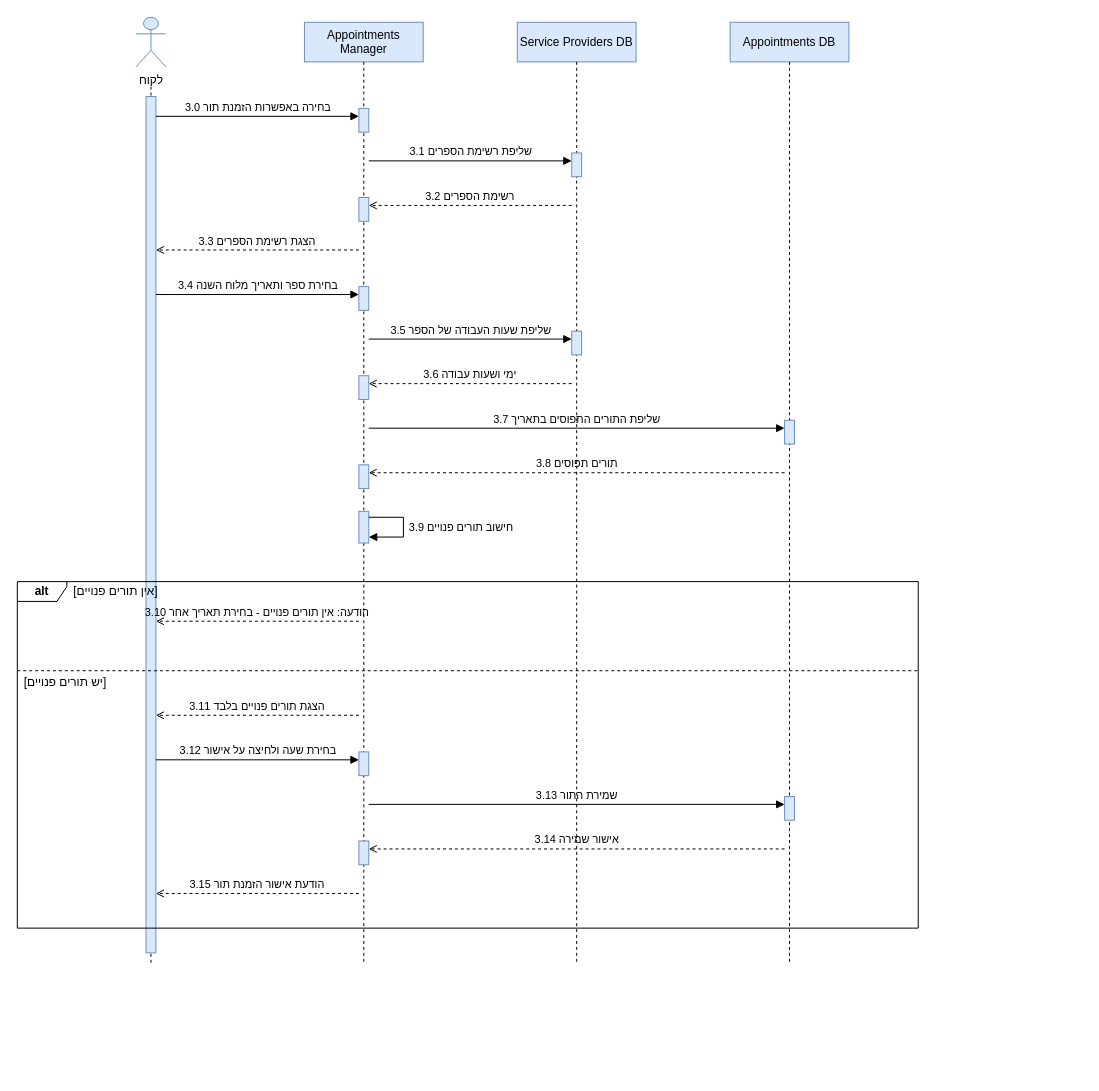
arielkaplan20/project_Golden_Hair_Salon keeps this draw.io diagram as diagrams/SEQ-SUC-3.drawio. Above is the earlier version. Source tidied: cells renumbered, new cells numbered last; positions are measured from the earlier drawing's top-left corner, leaving out a move shared by most shapes. Both pictures are drawn from the tidied source at 99%, with x=0, y=0 at pixel (17, 17).
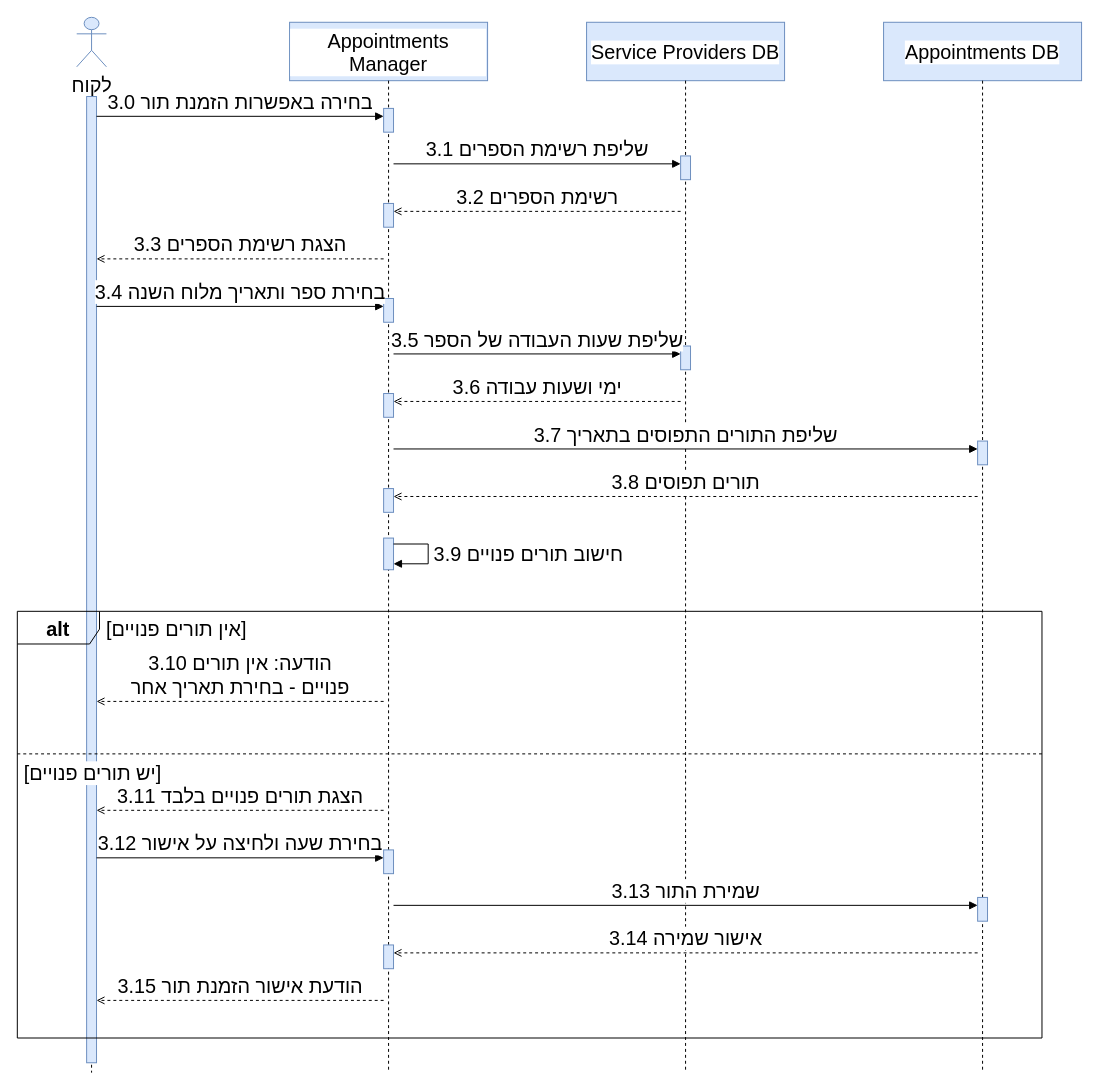
The same diagram, later.

What changed in the source:
```diff
@@
-    <mxCell id="2" value="לקוח" style="shape=umlActor;verticalLabelPosition=bottom;verticalAlign=top;html=1;fillColor=#dae8fc;strokeColor=#6c8ebf;" parent="1" vertex="1">
-      <mxGeometry x="120" width="30" height="50" as="geometry" />
+    <mxCell id="2" value="לקוח" style="shape=umlActor;verticalLabelPosition=bottom;verticalAlign=top;html=1;fillColor=#dae8fc;strokeColor=#6c8ebf;fontSize=20;labelBackgroundColor=#ffffff;" parent="1" vertex="1">
+      <mxGeometry x="60" width="30" height="50" as="geometry" />
     </mxCell>
-    <mxCell id="3" value="Appointments Manager" style="rounded=0;whiteSpace=wrap;html=1;fillColor=#dae8fc;strokeColor=#6c8ebf;" parent="1" vertex="1">
-      <mxGeometry x="290" y="5" width="120" height="40" as="geometry" />
+    <mxCell id="3" value="Appointments Manager" style="rounded=0;whiteSpace=wrap;html=1;fillColor=#dae8fc;strokeColor=#6c8ebf;fontSize=20;labelBackgroundColor=#ffffff;" parent="1" vertex="1">
+      <mxGeometry x="275" y="5" width="200" height="59" as="geometry" />
     </mxCell>
-    <mxCell id="4" value="Service Providers DB" style="rounded=0;whiteSpace=wrap;html=1;fillColor=#dae8fc;strokeColor=#6c8ebf;" parent="1" vertex="1">
-      <mxGeometry x="505" y="5" width="120" height="40" as="geometry" />
+    <mxCell id="4" value="Service Providers DB" style="rounded=0;whiteSpace=wrap;html=1;fillColor=#dae8fc;strokeColor=#6c8ebf;fontSize=20;labelBackgroundColor=#ffffff;" parent="1" vertex="1">
+      <mxGeometry x="575" y="5" width="200" height="59" as="geometry" />
     </mxCell>
-    <mxCell id="5" value="Appointments DB" style="rounded=0;whiteSpace=wrap;html=1;fillColor=#dae8fc;strokeColor=#6c8ebf;" parent="1" vertex="1">
-      <mxGeometry x="720" y="5" width="120" height="40" as="geometry" />
+    <mxCell id="5" value="Appointments DB" style="rounded=0;whiteSpace=wrap;html=1;fillColor=#dae8fc;strokeColor=#6c8ebf;fontSize=20;labelBackgroundColor=#ffffff;" parent="1" vertex="1">
+      <mxGeometry x="875" y="5" width="200" height="59" as="geometry" />
     </mxCell>
     <mxCell id="6" style="endArrow=none;html=1;dashed=1;strokeColor=#000000;" parent="1" edge="1">
       <mxGeometry relative="1" as="geometry">
-        <mxPoint x="135" y="70" as="sourcePoint" />
-        <mxPoint x="135" y="955" as="targetPoint" />
+        <mxPoint x="75" y="80" as="sourcePoint" />
+        <mxPoint x="75" y="1066" as="targetPoint" />
       </mxGeometry>
     </mxCell>
     <mxCell id="7" style="rounded=0;html=1;fillColor=#dae8fc;strokeColor=#6c8ebf;" parent="1" vertex="1">
-      <mxGeometry x="130" y="80" width="10" height="865" as="geometry" />
+      <mxGeometry x="70" y="80" width="10" height="976" as="geometry" />
     </mxCell>
     <mxCell id="8" style="endArrow=none;html=1;dashed=1;strokeColor=#000000;" parent="1" edge="1">
       <mxGeometry relative="1" as="geometry">
-        <mxPoint x="350" y="45" as="sourcePoint" />
-        <mxPoint x="350" y="955" as="targetPoint" />
+        <mxPoint x="375" y="64" as="sourcePoint" />
+        <mxPoint x="375" y="1066" as="targetPoint" />
       </mxGeometry>
     </mxCell>
     <mxCell id="9" style="endArrow=none;html=1;dashed=1;strokeColor=#000000;" parent="1" edge="1">
       <mxGeometry relative="1" as="geometry">
-        <mxPoint x="565" y="45" as="sourcePoint" />
-        <mxPoint x="565" y="955" as="targetPoint" />
+        <mxPoint x="675" y="64" as="sourcePoint" />
+        <mxPoint x="675" y="1066" as="targetPoint" />
       </mxGeometry>
     </mxCell>
     <mxCell id="10" style="endArrow=none;html=1;dashed=1;strokeColor=#000000;" parent="1" edge="1">
       <mxGeometry relative="1" as="geometry">
-        <mxPoint x="780" y="45" as="sourcePoint" />
-        <mxPoint x="780" y="955" as="targetPoint" />
+        <mxPoint x="975" y="64" as="sourcePoint" />
+        <mxPoint x="975" y="1066" as="targetPoint" />
       </mxGeometry>
     </mxCell>
     <mxCell id="11" style="rounded=0;html=1;fillColor=#dae8fc;strokeColor=#6c8ebf;" parent="1" vertex="1">
-      <mxGeometry x="345" y="92" width="10" height="24" as="geometry" />
+      <mxGeometry x="370" y="92" width="10" height="24" as="geometry" />
     </mxCell>
     <mxCell id="12" style="rounded=0;html=1;fillColor=#dae8fc;strokeColor=#6c8ebf;" parent="1" vertex="1">
-      <mxGeometry x="560" y="137" width="10" height="24" as="geometry" />
+      <mxGeometry x="670" y="140" width="10" height="24" as="geometry" />
     </mxCell>
     <mxCell id="13" style="rounded=0;html=1;fillColor=#dae8fc;strokeColor=#6c8ebf;" parent="1" vertex="1">
-      <mxGeometry x="345" y="182" width="10" height="24" as="geometry" />
+      <mxGeometry x="370" y="188" width="10" height="24" as="geometry" />
     </mxCell>
     <mxCell id="14" style="rounded=0;html=1;fillColor=#dae8fc;strokeColor=#6c8ebf;" parent="1" vertex="1">
-      <mxGeometry x="345" y="272" width="10" height="24" as="geometry" />
+      <mxGeometry x="370" y="284" width="10" height="24" as="geometry" />
     </mxCell>
     <mxCell id="15" style="rounded=0;html=1;fillColor=#dae8fc;strokeColor=#6c8ebf;" parent="1" vertex="1">
-      <mxGeometry x="560" y="317" width="10" height="24" as="geometry" />
+      <mxGeometry x="670" y="332" width="10" height="24" as="geometry" />
     </mxCell>
     <mxCell id="16" style="rounded=0;html=1;fillColor=#dae8fc;strokeColor=#6c8ebf;" parent="1" vertex="1">
-      <mxGeometry x="345" y="362" width="10" height="24" as="geometry" />
+      <mxGeometry x="370" y="380" width="10" height="24" as="geometry" />
     </mxCell>
     <mxCell id="17" style="rounded=0;html=1;fillColor=#dae8fc;strokeColor=#6c8ebf;" parent="1" vertex="1">
-      <mxGeometry x="775" y="407" width="10" height="24" as="geometry" />
+      <mxGeometry x="970" y="428" width="10" height="24" as="geometry" />
     </mxCell>
     <mxCell id="18" style="rounded=0;html=1;fillColor=#dae8fc;strokeColor=#6c8ebf;" parent="1" vertex="1">
-      <mxGeometry x="345" y="452" width="10" height="24" as="geometry" />
+      <mxGeometry x="370" y="476" width="10" height="24" as="geometry" />
     </mxCell>
     <mxCell id="19" style="rounded=0;html=1;fillColor=#dae8fc;strokeColor=#6c8ebf;" parent="1" vertex="1">
-      <mxGeometry x="345" y="499" width="10" height="32" as="geometry" />
+      <mxGeometry x="370" y="526" width="10" height="32" as="geometry" />
     </mxCell>
     <mxCell id="20" style="rounded=0;html=1;fillColor=#dae8fc;strokeColor=#6c8ebf;" parent="1" vertex="1">
-      <mxGeometry x="345" y="742" width="10" height="24" as="geometry" />
+      <mxGeometry x="370" y="841" width="10" height="24" as="geometry" />
     </mxCell>
     <mxCell id="21" style="rounded=0;html=1;fillColor=#dae8fc;strokeColor=#6c8ebf;" parent="1" vertex="1">
-      <mxGeometry x="775" y="787" width="10" height="24" as="geometry" />
+      <mxGeometry x="970" y="889" width="10" height="24" as="geometry" />
     </mxCell>
     <mxCell id="22" style="rounded=0;html=1;fillColor=#dae8fc;strokeColor=#6c8ebf;" parent="1" vertex="1">
-      <mxGeometry x="345" y="832" width="10" height="24" as="geometry" />
+      <mxGeometry x="370" y="937" width="10" height="24" as="geometry" />
     </mxCell>
-    <mxCell id="23" value="&lt;b&gt;alt&lt;/b&gt;" style="shape=umlFrame;whiteSpace=wrap;html=1;width=50;height=20;fillColor=none;" parent="1" vertex="1">
-      <mxGeometry y="570" width="910" height="350" as="geometry" />
+    <mxCell id="23" value="&lt;b&gt;alt&lt;/b&gt;" style="shape=umlFrame;whiteSpace=wrap;html=1;width=83;height=33;fillColor=none;fontSize=20;labelBackgroundColor=#ffffff;" parent="1" vertex="1">
+      <mxGeometry y="600" width="1035" height="431" as="geometry" />
     </mxCell>
-    <mxCell id="24" value="[אין תורים פנויים]" style="text;html=1;align=left;verticalAlign=middle;whiteSpace=nowrap;fillColor=none;strokeColor=none;" parent="1" vertex="1">
-      <mxGeometry x="55" y="570" width="300" height="20" as="geometry" />
+    <mxCell id="24" value="&lt;span style='background:#ffffff'&gt;[אין תורים פנויים]&lt;/span&gt;" style="text;html=1;align=left;verticalAlign=middle;whiteSpace=nowrap;fillColor=none;strokeColor=none;fontSize=20;labelBackgroundColor=#ffffff;" parent="1" vertex="1">
+      <mxGeometry x="88" y="600" width="400" height="33" as="geometry" />
     </mxCell>
     <mxCell id="25" style="endArrow=none;html=1;dashed=1;" parent="1" edge="1">
       <mxGeometry relative="1" as="geometry">
-        <mxPoint y="660" as="sourcePoint" />
-        <mxPoint x="910" y="660" as="targetPoint" />
+        <mxPoint y="744" as="sourcePoint" />
+        <mxPoint x="1035" y="744" as="targetPoint" />
       </mxGeometry>
     </mxCell>
-    <mxCell id="26" value="[יש תורים פנויים]" style="text;html=1;align=left;verticalAlign=middle;whiteSpace=nowrap;fillColor=none;strokeColor=none;" parent="1" vertex="1">
-      <mxGeometry x="5" y="662" width="300" height="20" as="geometry" />
+    <mxCell id="26" value="&lt;span style='background:#ffffff'&gt;[יש תורים פנויים]&lt;/span&gt;" style="text;html=1;align=left;verticalAlign=middle;whiteSpace=nowrap;fillColor=none;strokeColor=none;fontSize=20;labelBackgroundColor=#ffffff;" parent="1" vertex="1">
+      <mxGeometry x="5" y="746" width="400" height="33" as="geometry" />
     </mxCell>
-    <mxCell id="27" value="3.0 בחירה באפשרות הזמנת תור" style="endArrow=block;endFill=1;html=1;rounded=0;verticalAlign=bottom;labelBackgroundColor=none;" parent="1" edge="1">
+    <mxCell id="27" value="3.0 בחירה באפשרות הזמנת תור" style="endArrow=block;endFill=1;html=1;rounded=0;verticalAlign=bottom;labelBackgroundColor=none;fontSize=20;labelBackgroundColor=#ffffff;" parent="1" edge="1">
       <mxGeometry relative="1" as="geometry">
-        <mxPoint x="140" y="100" as="sourcePoint" />
-        <mxPoint x="345" y="100" as="targetPoint" />
+        <mxPoint x="80" y="100" as="sourcePoint" />
+        <mxPoint x="370" y="100" as="targetPoint" />
       </mxGeometry>
     </mxCell>
-    <mxCell id="28" value="3.1 שליפת רשימת הספרים" style="endArrow=block;endFill=1;html=1;rounded=0;verticalAlign=bottom;labelBackgroundColor=none;" parent="1" edge="1">
+    <mxCell id="28" value="3.1 שליפת רשימת הספרים" style="endArrow=block;endFill=1;html=1;rounded=0;verticalAlign=bottom;labelBackgroundColor=none;fontSize=20;labelBackgroundColor=#ffffff;" parent="1" edge="1">
       <mxGeometry relative="1" as="geometry">
-        <mxPoint x="355" y="145" as="sourcePoint" />
-        <mxPoint x="560" y="145" as="targetPoint" />
+        <mxPoint x="380" y="148" as="sourcePoint" />
+        <mxPoint x="670" y="148" as="targetPoint" />
       </mxGeometry>
     </mxCell>
-    <mxCell id="29" value="3.2 רשימת הספרים" style="endArrow=open;endFill=0;html=1;rounded=0;dashed=1;verticalAlign=bottom;labelBackgroundColor=none;" parent="1" edge="1">
+    <mxCell id="29" value="3.2 רשימת הספרים" style="endArrow=open;endFill=0;html=1;rounded=0;dashed=1;verticalAlign=bottom;labelBackgroundColor=none;fontSize=20;labelBackgroundColor=#ffffff;" parent="1" edge="1">
       <mxGeometry relative="1" as="geometry">
-        <mxPoint x="560" y="190" as="sourcePoint" />
-        <mxPoint x="355" y="190" as="targetPoint" />
+        <mxPoint x="670" y="196" as="sourcePoint" />
+        <mxPoint x="380" y="196" as="targetPoint" />
       </mxGeometry>
     </mxCell>
-    <mxCell id="30" value="3.3 הצגת רשימת הספרים" style="endArrow=open;endFill=0;html=1;rounded=0;dashed=1;verticalAlign=bottom;labelBackgroundColor=none;" parent="1" edge="1">
+    <mxCell id="30" value="3.3 הצגת רשימת הספרים" style="endArrow=open;endFill=0;html=1;rounded=0;dashed=1;verticalAlign=bottom;labelBackgroundColor=none;fontSize=20;labelBackgroundColor=#ffffff;" parent="1" edge="1">
       <mxGeometry relative="1" as="geometry">
-        <mxPoint x="345" y="235" as="sourcePoint" />
-        <mxPoint x="140" y="235" as="targetPoint" />
+        <mxPoint x="370" y="244" as="sourcePoint" />
+        <mxPoint x="80" y="244" as="targetPoint" />
       </mxGeometry>
     </mxCell>
-    <mxCell id="31" value="3.4 בחירת ספר ותאריך מלוח השנה" style="endArrow=block;endFill=1;html=1;rounded=0;verticalAlign=bottom;labelBackgroundColor=none;" parent="1" edge="1">
+    <mxCell id="31" value="3.4 בחירת ספר ותאריך מלוח השנה" style="endArrow=block;endFill=1;html=1;rounded=0;verticalAlign=bottom;labelBackgroundColor=none;fontSize=20;labelBackgroundColor=#ffffff;" parent="1" edge="1">
       <mxGeometry relative="1" as="geometry">
-        <mxPoint x="140" y="280" as="sourcePoint" />
-        <mxPoint x="345" y="280" as="targetPoint" />
+        <mxPoint x="80" y="292" as="sourcePoint" />
+        <mxPoint x="370" y="292" as="targetPoint" />
       </mxGeometry>
     </mxCell>
-    <mxCell id="32" value="3.5 שליפת שעות העבודה של הספר" style="endArrow=block;endFill=1;html=1;rounded=0;verticalAlign=bottom;labelBackgroundColor=none;" parent="1" edge="1">
+    <mxCell id="32" value="3.5 שליפת שעות העבודה של הספר" style="endArrow=block;endFill=1;html=1;rounded=0;verticalAlign=bottom;labelBackgroundColor=none;fontSize=20;labelBackgroundColor=#ffffff;" parent="1" edge="1">
       <mxGeometry relative="1" as="geometry">
-        <mxPoint x="355" y="325" as="sourcePoint" />
-        <mxPoint x="560" y="325" as="targetPoint" />
+        <mxPoint x="380" y="340" as="sourcePoint" />
+        <mxPoint x="670" y="340" as="targetPoint" />
       </mxGeometry>
     </mxCell>
-    <mxCell id="33" value="3.6 ימי ושעות עבודה" style="endArrow=open;endFill=0;html=1;rounded=0;dashed=1;verticalAlign=bottom;labelBackgroundColor=none;" parent="1" edge="1">
+    <mxCell id="33" value="3.6 ימי ושעות עבודה" style="endArrow=open;endFill=0;html=1;rounded=0;dashed=1;verticalAlign=bottom;labelBackgroundColor=none;fontSize=20;labelBackgroundColor=#ffffff;" parent="1" edge="1">
       <mxGeometry relative="1" as="geometry">
-        <mxPoint x="560" y="370" as="sourcePoint" />
-        <mxPoint x="355" y="370" as="targetPoint" />
+        <mxPoint x="670" y="388" as="sourcePoint" />
+        <mxPoint x="380" y="388" as="targetPoint" />
       </mxGeometry>
     </mxCell>
-    <mxCell id="34" value="3.7 שליפת התורים התפוסים בתאריך" style="endArrow=block;endFill=1;html=1;rounded=0;verticalAlign=bottom;labelBackgroundColor=none;" parent="1" edge="1">
+    <mxCell id="34" value="3.7 שליפת התורים התפוסים בתאריך" style="endArrow=block;endFill=1;html=1;rounded=0;verticalAlign=bottom;labelBackgroundColor=none;fontSize=20;labelBackgroundColor=#ffffff;" parent="1" edge="1">
       <mxGeometry relative="1" as="geometry">
-        <mxPoint x="355" y="415" as="sourcePoint" />
-        <mxPoint x="775" y="415" as="targetPoint" />
+        <mxPoint x="380" y="436" as="sourcePoint" />
+        <mxPoint x="970" y="436" as="targetPoint" />
       </mxGeometry>
     </mxCell>
-    <mxCell id="35" value="3.8 תורים תפוסים" style="endArrow=open;endFill=0;html=1;rounded=0;dashed=1;verticalAlign=bottom;labelBackgroundColor=none;" parent="1" edge="1">
+    <mxCell id="35" value="3.8 תורים תפוסים" style="endArrow=open;endFill=0;html=1;rounded=0;dashed=1;verticalAlign=bottom;labelBackgroundColor=none;fontSize=20;labelBackgroundColor=#ffffff;" parent="1" edge="1">
       <mxGeometry relative="1" as="geometry">
-        <mxPoint x="775" y="460" as="sourcePoint" />
-        <mxPoint x="355" y="460" as="targetPoint" />
+        <mxPoint x="970" y="484" as="sourcePoint" />
+        <mxPoint x="380" y="484" as="targetPoint" />
       </mxGeometry>
     </mxCell>
-    <mxCell id="36" value="3.9 חישוב תורים פנויים" style="endArrow=block;endFill=1;html=1;rounded=0;align=left;spacingLeft=4;labelBackgroundColor=none;" parent="1" edge="1">
+    <mxCell id="36" value="3.9 חישוב תורים פנויים" style="endArrow=block;endFill=1;html=1;rounded=0;align=left;spacingLeft=4;labelBackgroundColor=none;fontSize=20;labelBackgroundColor=#ffffff;" parent="1" edge="1">
       <mxGeometry relative="1" as="geometry">
-        <mxPoint x="355" y="505" as="sourcePoint" />
-        <mxPoint x="355" y="525" as="targetPoint" />
+        <mxPoint x="380" y="532" as="sourcePoint" />
+        <mxPoint x="380" y="552" as="targetPoint" />
         <Array as="points">
-          <mxPoint x="390" y="505" />
-          <mxPoint x="390" y="525" />
+          <mxPoint x="415" y="532" />
+          <mxPoint x="415" y="552" />
         </Array>
       </mxGeometry>
     </mxCell>
-    <mxCell id="37" value="3.10 הודעה: אין תורים פנויים - בחירת תאריך אחר" style="endArrow=open;endFill=0;html=1;rounded=0;dashed=1;verticalAlign=bottom;labelBackgroundColor=none;" parent="1" edge="1">
+    <mxCell id="37" value="3.10 הודעה: אין תורים&lt;br&gt;פנויים - בחירת תאריך אחר" style="endArrow=open;endFill=0;html=1;rounded=0;dashed=1;verticalAlign=bottom;labelBackgroundColor=none;fontSize=20;labelBackgroundColor=#ffffff;" parent="1" edge="1">
       <mxGeometry relative="1" as="geometry">
-        <mxPoint x="345" y="610" as="sourcePoint" />
-        <mxPoint x="140" y="610" as="targetPoint" />
+        <mxPoint x="370" y="691" as="sourcePoint" />
+        <mxPoint x="80" y="691" as="targetPoint" />
       </mxGeometry>
     </mxCell>
-    <mxCell id="38" value="3.11 הצגת תורים פנויים בלבד" style="endArrow=open;endFill=0;html=1;rounded=0;dashed=1;verticalAlign=bottom;labelBackgroundColor=none;" parent="1" edge="1">
+    <mxCell id="38" value="3.11 הצגת תורים פנויים בלבד" style="endArrow=open;endFill=0;html=1;rounded=0;dashed=1;verticalAlign=bottom;labelBackgroundColor=none;fontSize=20;labelBackgroundColor=#ffffff;" parent="1" edge="1">
       <mxGeometry relative="1" as="geometry">
-        <mxPoint x="345" y="705" as="sourcePoint" />
-        <mxPoint x="140" y="705" as="targetPoint" />
+        <mxPoint x="370" y="801" as="sourcePoint" />
+        <mxPoint x="80" y="801" as="targetPoint" />
       </mxGeometry>
     </mxCell>
-    <mxCell id="39" value="3.12 בחירת שעה ולחיצה על אישור" style="endArrow=block;endFill=1;html=1;rounded=0;verticalAlign=bottom;labelBackgroundColor=none;" parent="1" edge="1">
+    <mxCell id="39" value="3.12 בחירת שעה ולחיצה על אישור" style="endArrow=block;endFill=1;html=1;rounded=0;verticalAlign=bottom;labelBackgroundColor=none;fontSize=20;labelBackgroundColor=#ffffff;" parent="1" edge="1">
       <mxGeometry relative="1" as="geometry">
-        <mxPoint x="140" y="750" as="sourcePoint" />
-        <mxPoint x="345" y="750" as="targetPoint" />
+        <mxPoint x="80" y="849" as="sourcePoint" />
+        <mxPoint x="370" y="849" as="targetPoint" />
       </mxGeometry>
     </mxCell>
-    <mxCell id="40" value="3.13 שמירת התור" style="endArrow=block;endFill=1;html=1;rounded=0;verticalAlign=bottom;labelBackgroundColor=none;" parent="1" edge="1">
+    <mxCell id="40" value="3.13 שמירת התור" style="endArrow=block;endFill=1;html=1;rounded=0;verticalAlign=bottom;labelBackgroundColor=none;fontSize=20;labelBackgroundColor=#ffffff;" parent="1" edge="1">
       <mxGeometry relative="1" as="geometry">
-        <mxPoint x="355" y="795" as="sourcePoint" />
-        <mxPoint x="775" y="795" as="targetPoint" />
+        <mxPoint x="380" y="897" as="sourcePoint" />
+        <mxPoint x="970" y="897" as="targetPoint" />
       </mxGeometry>
     </mxCell>
-    <mxCell id="41" value="3.14 אישור שמירה" style="endArrow=open;endFill=0;html=1;rounded=0;dashed=1;verticalAlign=bottom;labelBackgroundColor=none;" parent="1" edge="1">
+    <mxCell id="41" value="3.14 אישור שמירה" style="endArrow=open;endFill=0;html=1;rounded=0;dashed=1;verticalAlign=bottom;labelBackgroundColor=none;fontSize=20;labelBackgroundColor=#ffffff;" parent="1" edge="1">
       <mxGeometry relative="1" as="geometry">
-        <mxPoint x="775" y="840" as="sourcePoint" />
-        <mxPoint x="355" y="840" as="targetPoint" />
+        <mxPoint x="970" y="945" as="sourcePoint" />
+        <mxPoint x="380" y="945" as="targetPoint" />
       </mxGeometry>
     </mxCell>
-    <mxCell id="42" value="3.15 הודעת אישור הזמנת תור" style="endArrow=open;endFill=0;html=1;rounded=0;dashed=1;verticalAlign=bottom;labelBackgroundColor=none;" parent="1" edge="1">
+    <mxCell id="42" value="3.15 הודעת אישור הזמנת תור" style="endArrow=open;endFill=0;html=1;rounded=0;dashed=1;verticalAlign=bottom;labelBackgroundColor=none;fontSize=20;labelBackgroundColor=#ffffff;" parent="1" edge="1">
       <mxGeometry relative="1" as="geometry">
-        <mxPoint x="345" y="885" as="sourcePoint" />
-        <mxPoint x="140" y="885" as="targetPoint" />
+        <mxPoint x="370" y="993" as="sourcePoint" />
+        <mxPoint x="80" y="993" as="targetPoint" />
       </mxGeometry>
     </mxCell>
```
